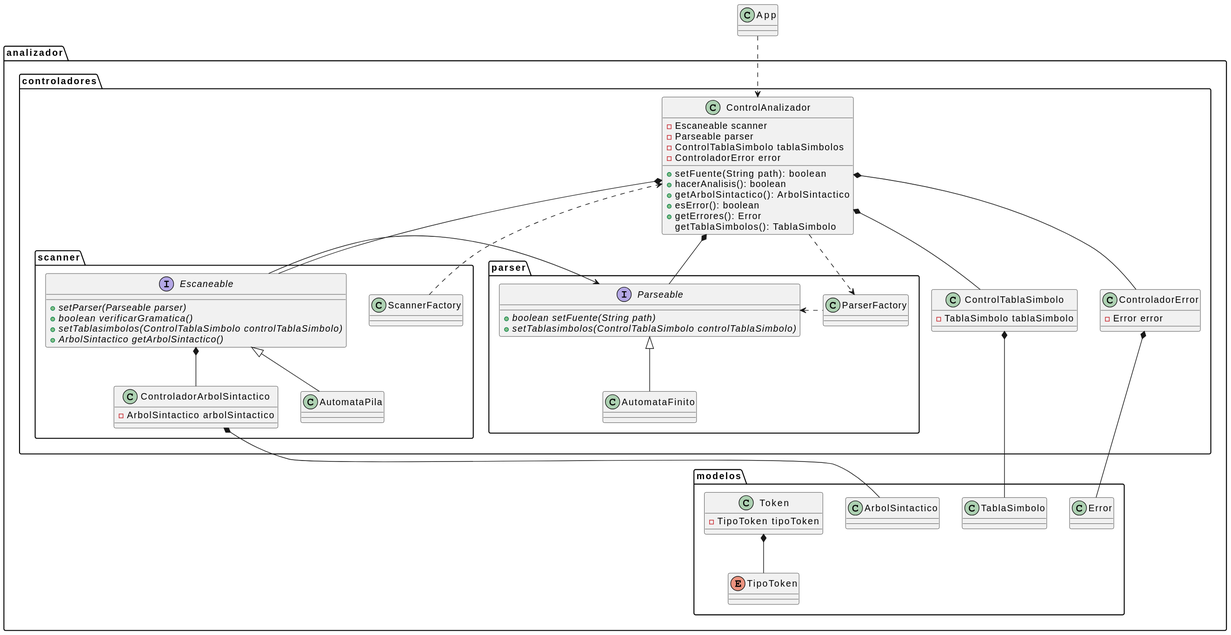
Before: Diagrama de clases/diagramadeclases.svg, a diagram exported from PlantUML (MichaelMarinReyes/Parser-Py).
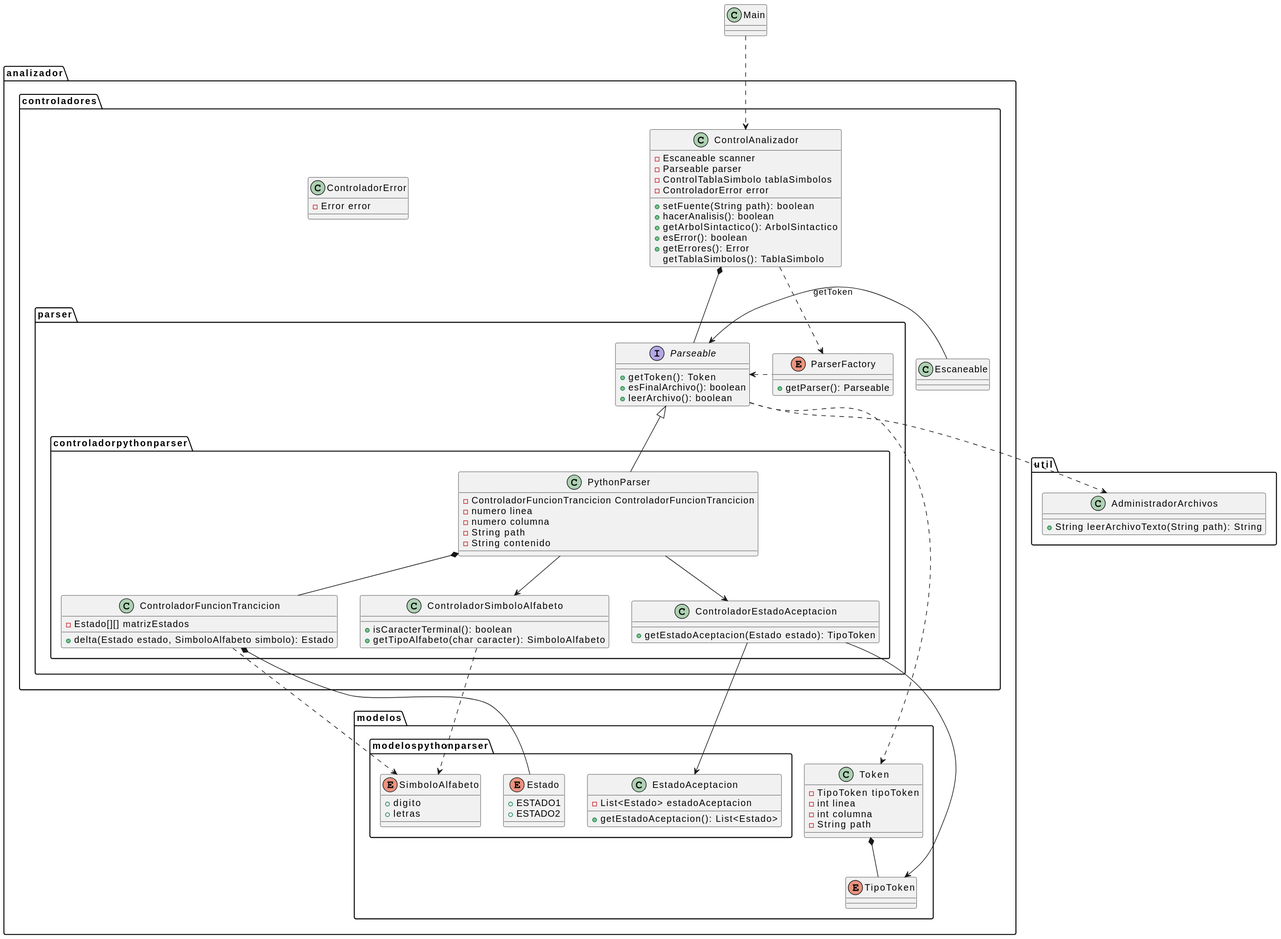
After the change.

Commit message:
Implementación de parser

What changed in the source:
```diff
@@ -1,5 +1,5 @@
 @startuml
-class App {
+class Main {
 
 }
 
@@ -20,100 +20,113 @@
             getTablaSimbolos(): TablaSimbolo
         }
 
-        class ControlTablaSimbolo {
-            - TablaSimbolo tablaSimbolo
-        }
-
         class ControladorError {
             - Error error
         }
 
-        package scanner {
-
-            class ScannerFactory {
-
-            }
-
-            class ControladorArbolSintactico {
-                - ArbolSintactico arbolSintactico
-            }
-
-            interface Escaneable{
-                + {abstract} setParser(Parseable parser)
-                + {abstract} boolean verificarGramatica()
-                + {abstract} setTablasimbolos(ControlTablaSimbolo controlTablaSimbolo)
-                + {abstract} ArbolSintactico getArbolSintactico()
-            }
-
-            class AutomataPila {
-
-            }
-
-            AutomataPila -up-|> Escaneable
-            Escaneable *-- ControladorArbolSintactico
-            ScannerFactory .right.> ControlAnalizador
-        }
-
         package parser {
 
-            class ParserFactory {
-
+            enum ParserFactory {
+                +getParser(): Parseable
             }
 
             interface Parseable {
-                + {abstract} boolean setFuente(String path)
-                + {abstract} setTablasimbolos(ControlTablaSimbolo controlTablaSimbolo)
+                + getToken(): Token
+                + esFinalArchivo(): boolean
+                + leerArchivo(): boolean
             }
 
-            class AutomataFinito {
+            package controladorpythonparser {
+                class PythonParser {
+                    - ControladorFuncionTrancicion ControladorFuncionTrancicion
+                    - numero linea
+                    - numero columna
+                    - String path
+                    - String contenido
+                }
 
+                class ControladorEstadoAceptacion {
+                    + getEstadoAceptacion(Estado estado): TipoToken
+
+                }
+
+                class ControladorFuncionTrancicion {
+                    - Estado[][] matrizEstados
+                    + delta(Estado estado, SimboloAlfabeto simbolo): Estado
+                }
+
+                class ControladorSimboloAlfabeto {
+                    + isCaracterTerminal(): boolean
+                    + getTipoAlfabeto(char caracter): SimboloAlfabeto
+                }
+
+                PythonParser *-- ControladorFuncionTrancicion
+                PythonParser --> ControladorEstadoAceptacion
+                PythonParser --> ControladorSimboloAlfabeto
             }
 
-            AutomataFinito -up-|> Parseable
+            PythonParser -up-|> Parseable
+            ParserFactory .left.> Parseable
+
+
         }
 
         ControlAnalizador *-- Parseable
-        ControlAnalizador *-- Escaneable
-        ControlAnalizador *-- ControlTablaSimbolo
-        ControlAnalizador *-- ControladorError
         ControlAnalizador ..> ParserFactory
-        ParserFactory .left.> Parseable
 
-        Escaneable -right-> Parseable
+        Escaneable -right-> Parseable: getToken
     }
 
     package modelos {
 
-        class Error {
-
-        }
-
-        class ArbolSintactico {
-
-        }
-
-        class TablaSimbolo {
-
-        }
-
         class Token {
             - TipoToken tipoToken
+            - int linea
+            - int columna
+            - String path
         }
 
         enum TipoToken {
 
         }
 
+        package modelospythonparser {
+            enum Estado {
+                + ESTADO1
+                + ESTADO2
+            }
+
+            class EstadoAceptacion {
+                - List<Estado> estadoAceptacion
+                + getEstadoAceptacion(): List<Estado>
+            }
+
+            enum SimboloAlfabeto {
+                + digito
+                + letras
+            }
+        }
+
         Token *-- TipoToken
 
     }
 
-    ControlTablaSimbolo *-down- TablaSimbolo
-    ControladorError *-- Error
 
-    ControladorArbolSintactico *-- ArbolSintactico
+    Parseable ..> Token
+    ControladorEstadoAceptacion --> EstadoAceptacion
+    ControladorEstadoAceptacion --> TipoToken
+    ControladorFuncionTrancicion *-- Estado
+    ControladorFuncionTrancicion ..> SimboloAlfabeto
+    ControladorSimboloAlfabeto ..> SimboloAlfabeto
 
 }
 
-App .down.> ControlAnalizador
+package util {
+    class AdministradorArchivos {
+        + String leerArchivoTexto(String path): String
+    }
+}
+
+Parseable  ..>AdministradorArchivos
+Main .down.> ControlAnalizador
 @enduml
```
